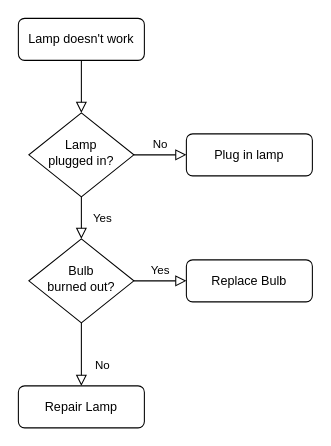
The draw.io diagram Diagrama sem nome.drawio in Br3silva/acesso, before the edit. Source tidied: cells renumbered, new cells numbered last; positions are measured from the earlier drawing's top-left corner, leaving out a move shared by most shapes. Both pictures are drawn from the tidied source at 105%, with x=0, y=0 at pixel (18, 18).
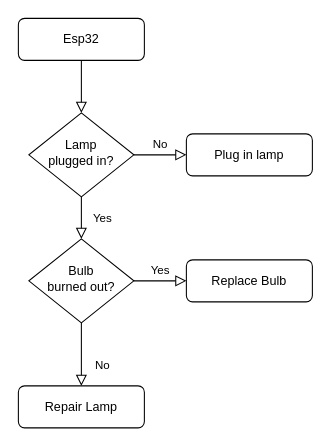
After the change.

What changed in the source:
```diff
@@
 <mxGraphModel>
   <root>
     <mxCell id="0" />
     <mxCell id="1" parent="0" />
     <mxCell id="2" style="rounded=0;html=1;jettySize=auto;fontSize=11;endArrow=block;endFill=0;endSize=8;strokeWidth=1;shadow=0;labelBackgroundColor=none;edgeStyle=orthogonalEdgeStyle;" parent="1" edge="1" source="3" target="6">
       <mxGeometry relative="1" as="geometry" />
     </mxCell>
-    <mxCell id="3" value="Lamp doesn't work" style="rounded=1;whiteSpace=wrap;html=1;fontSize=12;glass=0;strokeWidth=1;shadow=0;" parent="1" vertex="1">
+    <mxCell id="3" value="Esp32" style="rounded=1;whiteSpace=wrap;html=1;fontSize=12;glass=0;strokeWidth=1;shadow=0;" parent="1" vertex="1">
       <mxGeometry width="120" height="40" as="geometry" />
     </mxCell>
     <mxCell id="4" value="Yes" style="rounded=0;html=1;jettySize=auto;fontSize=11;endArrow=block;endFill=0;endSize=8;strokeWidth=1;shadow=0;labelBackgroundColor=none;edgeStyle=orthogonalEdgeStyle;" parent="1" edge="1" source="6" target="10">
       <mxGeometry y="20" relative="1" as="geometry" />
     </mxCell>
     <mxCell id="5" value="No" style="edgeStyle=orthogonalEdgeStyle;rounded=0;html=1;jettySize=auto;fontSize=11;endArrow=block;endFill=0;endSize=8;strokeWidth=1;shadow=0;labelBackgroundColor=none;" parent="1" edge="1" source="6" target="7">
       <mxGeometry y="10" relative="1" as="geometry" />
     </mxCell>
     <mxCell id="6" value="Lamp&lt;br&gt;plugged in?" style="rhombus;whiteSpace=wrap;html=1;shadow=0;fontFamily=Helvetica;fontSize=12;align=center;strokeWidth=1;spacing=6;spacingTop=-4;" parent="1" vertex="1">
       <mxGeometry x="10" y="90" width="100" height="80" as="geometry" />
     </mxCell>
     <mxCell id="7" value="Plug in lamp" style="rounded=1;whiteSpace=wrap;html=1;fontSize=12;glass=0;strokeWidth=1;shadow=0;" parent="1" vertex="1">
       <mxGeometry x="160" y="110" width="120" height="40" as="geometry" />
     </mxCell>
     <mxCell id="8" value="No" style="rounded=0;html=1;jettySize=auto;fontSize=11;endArrow=block;endFill=0;endSize=8;strokeWidth=1;shadow=0;labelBackgroundColor=none;edgeStyle=orthogonalEdgeStyle;" parent="1" edge="1" source="10" target="11">
       <mxGeometry x="0.33" y="20" relative="1" as="geometry" />
     </mxCell>
     <mxCell id="9" value="Yes" style="edgeStyle=orthogonalEdgeStyle;rounded=0;html=1;jettySize=auto;fontSize=11;endArrow=block;endFill=0;endSize=8;strokeWidth=1;shadow=0;labelBackgroundColor=none;" parent="1" edge="1" source="10" target="12">
       <mxGeometry y="10" relative="1" as="geometry" />
     </mxCell>
     <mxCell id="10" value="Bulb&lt;br&gt;burned out?" style="rhombus;whiteSpace=wrap;html=1;shadow=0;fontFamily=Helvetica;fontSize=12;align=center;strokeWidth=1;spacing=6;spacingTop=-4;" parent="1" vertex="1">
       <mxGeometry x="10" y="210" width="100" height="80" as="geometry" />
     </mxCell>
     <mxCell id="11" value="Repair Lamp" style="rounded=1;whiteSpace=wrap;html=1;fontSize=12;glass=0;strokeWidth=1;shadow=0;" parent="1" vertex="1">
       <mxGeometry y="350" width="120" height="40" as="geometry" />
     </mxCell>
     <mxCell id="12" value="Replace Bulb" style="rounded=1;whiteSpace=wrap;html=1;fontSize=12;glass=0;strokeWidth=1;shadow=0;" parent="1" vertex="1">
       <mxGeometry x="160" y="230" width="120" height="40" as="geometry" />
     </mxCell>
   </root>
 </mxGraphModel>
```
